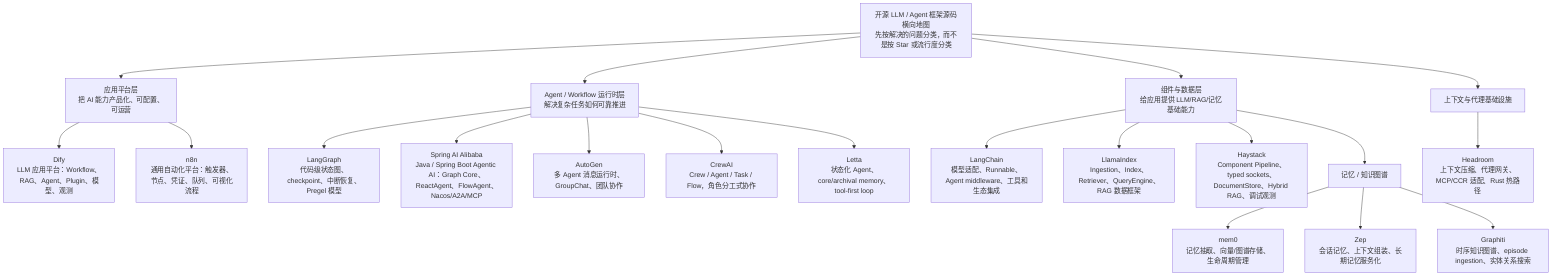
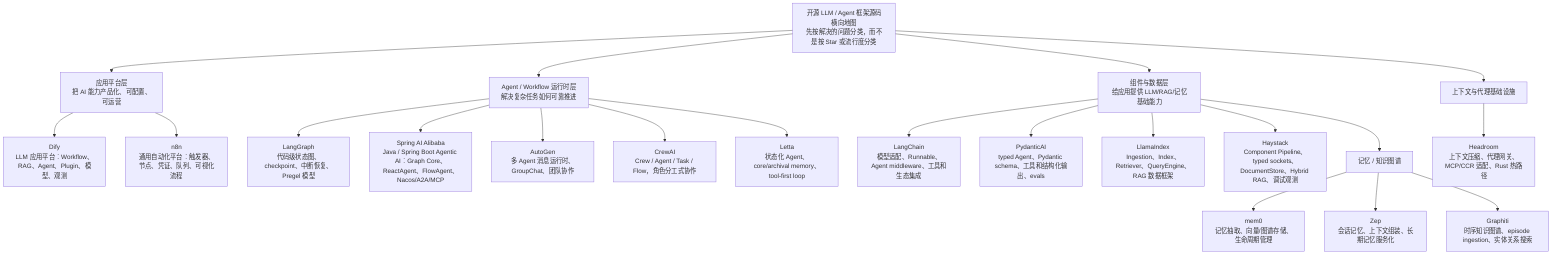
flowchart TB
    Goal["开源 LLM / Agent 框架源码横向地图<br/>先按解决的问题分类，而不是按 Star 或流行度分类"]
    Goal --> App["应用平台层<br/>把 AI 能力产品化、可配置、可运营"]
    App --> Dify["Dify<br/>LLM 应用平台：Workflow、RAG、Agent、Plugin、模型、观测"]
    App --> N8N["n8n<br/>通用自动化平台：触发器、节点、凭证、队列、可视化流程"]
    Goal --> Runtime["Agent / Workflow 运行时层<br/>解决复杂任务如何可靠推进"]
    Runtime --> LangGraph["LangGraph<br/>代码级状态图、checkpoint、中断恢复、Pregel 模型"]
    Runtime --> SpringAIAlibaba["Spring AI Alibaba<br/>Java / Spring Boot Agentic AI：Graph Core、ReactAgent、FlowAgent、Nacos/A2A/MCP"]
    Runtime --> AutoGen["AutoGen<br/>多 Agent 消息运行时、GroupChat、团队协作"]
    Runtime --> CrewAI["CrewAI<br/>Crew / Agent / Task / Flow，角色分工式协作"]
    Runtime --> Letta["Letta<br/>状态化 Agent、core/archival memory、tool-first loop"]
    Goal --> Component["组件与数据层<br/>给应用提供 LLM/RAG/记忆基础能力"]
    Component --> LangChain["LangChain<br/>模型适配、Runnable、Agent middleware、工具和生态集成"]
+     Component --> PydanticAI["PydanticAI<br/>typed Agent、Pydantic schema、工具和结构化输出、evals"]
    Component --> LlamaIndex["LlamaIndex<br/>Ingestion、Index、Retriever、QueryEngine、RAG 数据框架"]
    Component --> Haystack["Haystack<br/>Component Pipeline、typed sockets、DocumentStore、Hybrid RAG、调试观测"]
    Component --> Memory["记忆 / 知识图谱"]
    Memory --> Mem0["mem0<br/>记忆抽取、向量/图谱存储、生命周期管理"]
    Memory --> Zep["Zep<br/>会话记忆、上下文组装、长期记忆服务化"]
    Memory --> Graphiti["Graphiti<br/>时序知识图谱、episode ingestion、实体关系搜索"]
    Goal --> Infra["上下文与代理基础设施"]
    Infra --> Headroom["Headroom<br/>上下文压缩、代理网关、MCP/CCR 适配、Rust 热路径"]
